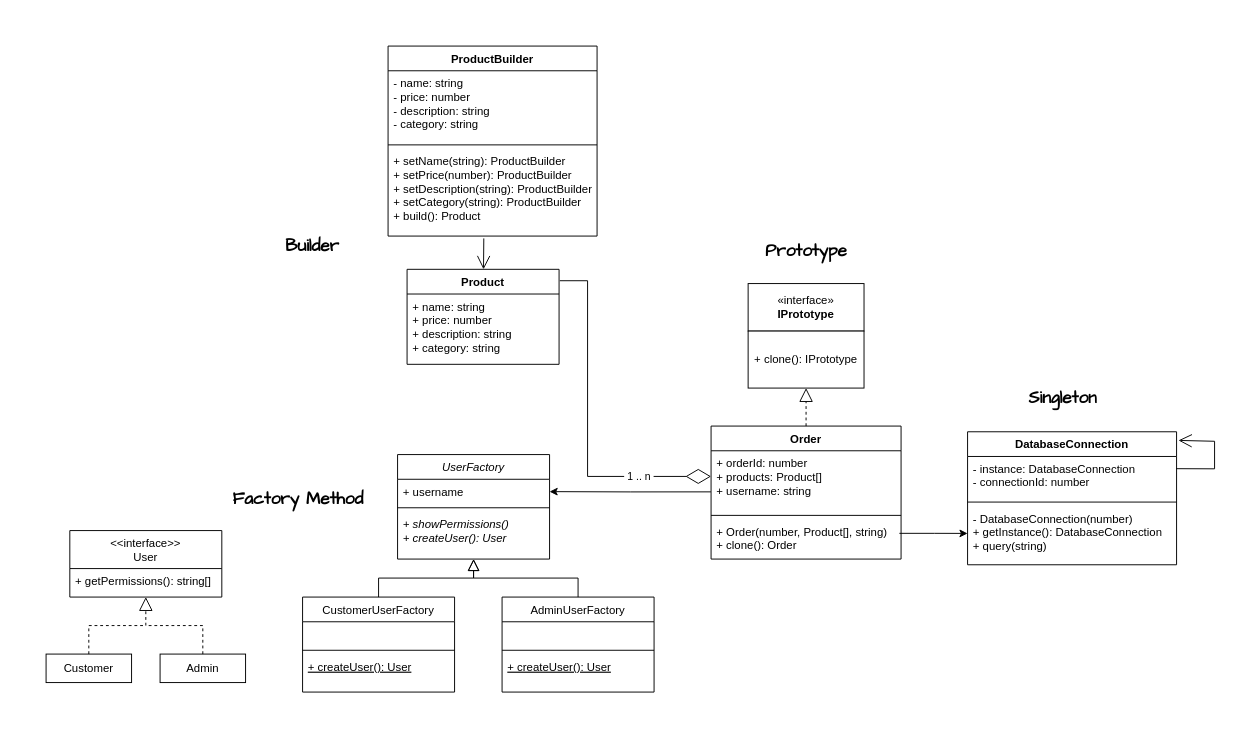
The draw.io diagram lab1.drawio in Gamurar/test, before the edit. Source tidied: cells renumbered, new cells numbered last; positions are measured from the earlier drawing's top-left corner, leaving out a move shared by most shapes. Both pictures are drawn from the tidied source at 95%, with x=0, y=0 at pixel (46, 46).
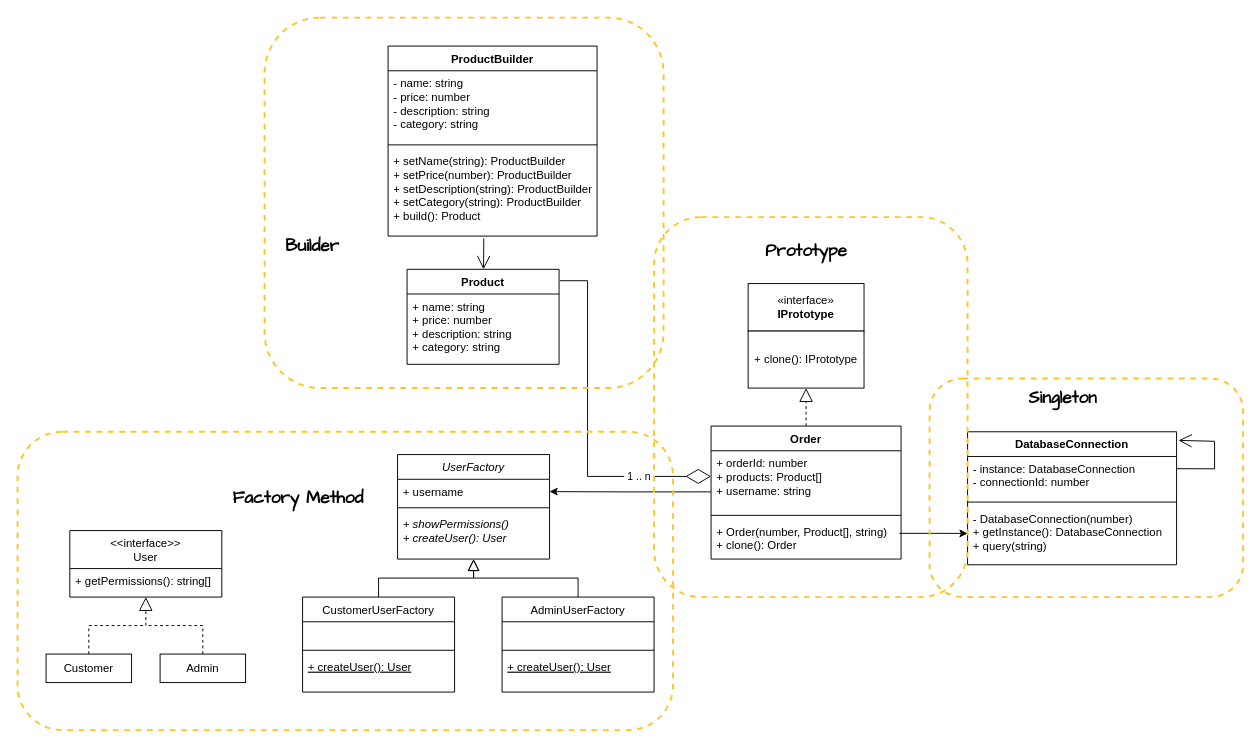
After the change.

What changed in the source:
```diff
@@
+    <mxCell id="50" style="rounded=1;whiteSpace=wrap;html=1;fillStyle=dashed;dashed=1;strokeColor=#FFC526;strokeWidth=2;fillColor=none;" parent="1" vertex="1">
+      <mxGeometry x="230" y="-30" width="420" height="390" as="geometry" />
+    </mxCell>
+    <mxCell id="51" style="rounded=1;whiteSpace=wrap;html=1;fillStyle=dashed;dashed=1;strokeColor=#FFC526;strokeWidth=2;fillColor=none;" parent="1" vertex="1">
+      <mxGeometry x="-30" y="406" width="690" height="314" as="geometry" />
+    </mxCell>
+    <mxCell id="52" style="rounded=1;whiteSpace=wrap;html=1;fillStyle=dashed;dashed=1;strokeColor=#FFC526;strokeWidth=2;fillColor=none;" parent="1" vertex="1">
+      <mxGeometry x="930" y="350" width="330" height="230" as="geometry" />
+    </mxCell>
+    <mxCell id="53" style="rounded=1;whiteSpace=wrap;html=1;fillStyle=dashed;dashed=1;strokeColor=#FFC526;strokeWidth=2;fillColor=none;" parent="1" vertex="1">
+      <mxGeometry x="640" y="180" width="330" height="400" as="geometry" />
+    </mxCell>
```
